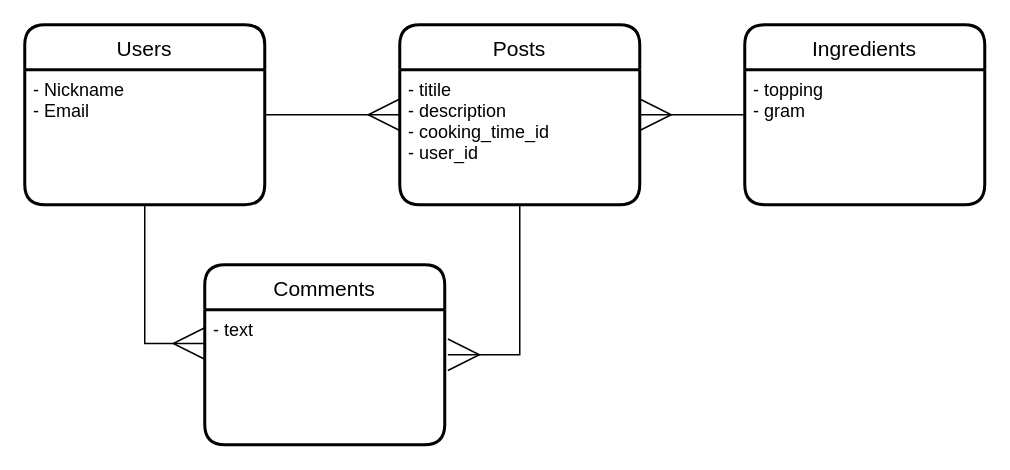
Above: ippin.dio in t-st7/ippin_app (draw.io), before the change. Source tidied: cells renumbered, new cells numbered last; positions are measured from the earlier drawing's top-left corner, leaving out a move shared by most shapes. Both pictures are drawn from the tidied source at 150%, with x=0, y=0 at pixel (24, 24).
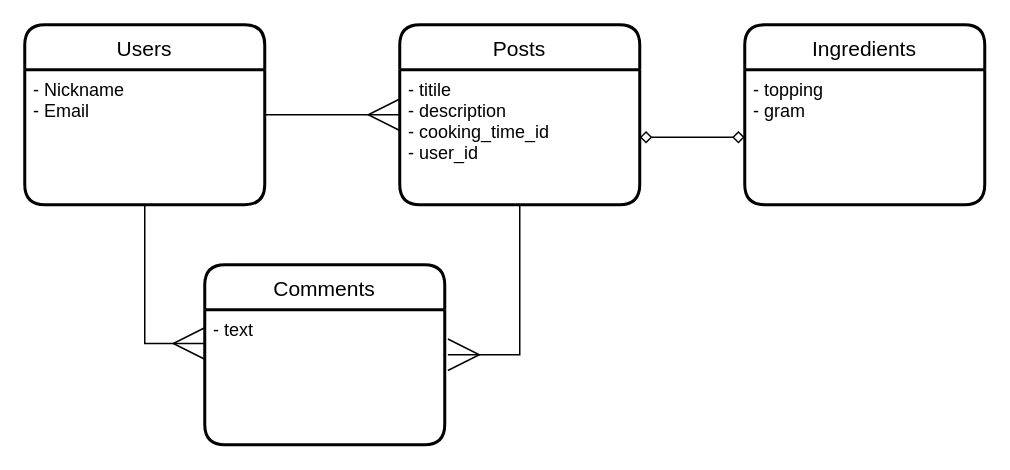
After the change.

Diff of the diagram source:
```diff
@@
 <mxGraphModel>
   <root>
     <mxCell id="0" />
     <mxCell id="1" parent="0" />
     <mxCell id="2" style="edgeStyle=orthogonalEdgeStyle;rounded=0;jettySize=auto;html=1;entryX=0;entryY=0.5;entryDx=0;entryDy=0;endArrow=ERmany;endFill=0;strokeWidth=1;endSize=19;" parent="1" edge="1" source="3" target="5">
       <mxGeometry relative="1" as="geometry" />
     </mxCell>
     <mxCell id="3" value="Users" style="swimlane;horizontal=1;startSize=30;rounded=1;fontSize=14;fontStyle=0;strokeWidth=2;shadow=0;dashed=0;align=center;" parent="1" vertex="1">
       <mxGeometry width="160" height="120" as="geometry" />
     </mxCell>
     <mxCell id="4" value="- Nickname&#10;- Email" style="align=left;strokeColor=none;fillColor=none;spacingLeft=4;fontSize=12;verticalAlign=top;" parent="3" vertex="1">
       <mxGeometry y="30" width="160" height="90" as="geometry" />
     </mxCell>
     <mxCell id="5" value="Posts" style="swimlane;horizontal=1;startSize=30;rounded=1;fontSize=14;fontStyle=0;strokeWidth=2;shadow=0;dashed=0;align=center;" parent="1" vertex="1">
       <mxGeometry x="250" width="160" height="120" as="geometry" />
     </mxCell>
     <mxCell id="6" value="- titile&#10;- description&#10;- cooking_time_id&#10;- user_id" style="align=left;strokeColor=none;fillColor=none;spacingLeft=4;fontSize=12;verticalAlign=top;" parent="5" vertex="1">
       <mxGeometry y="30" width="160" height="90" as="geometry" />
     </mxCell>
     <mxCell id="7" value="Ingredients" style="swimlane;horizontal=1;startSize=30;rounded=1;fontSize=14;fontStyle=0;strokeWidth=2;shadow=0;dashed=0;align=center;" parent="1" vertex="1">
       <mxGeometry x="480" width="160" height="120" as="geometry" />
     </mxCell>
     <mxCell id="8" value="- topping&#10;- gram" style="align=left;strokeColor=none;fillColor=none;spacingLeft=4;fontSize=12;verticalAlign=top;" parent="7" vertex="1">
       <mxGeometry y="30" width="160" height="90" as="geometry" />
     </mxCell>
     <mxCell id="9" value="Comments" style="swimlane;horizontal=1;startSize=30;rounded=1;fontSize=14;fontStyle=0;strokeWidth=2;shadow=0;dashed=0;align=center;" parent="1" vertex="1">
       <mxGeometry x="120" y="160" width="160" height="120" as="geometry" />
     </mxCell>
     <mxCell id="10" value="- text" style="align=left;strokeColor=none;fillColor=none;spacingLeft=4;fontSize=12;verticalAlign=top;" parent="9" vertex="1">
       <mxGeometry y="30" width="160" height="90" as="geometry" />
     </mxCell>
     <mxCell id="11" style="edgeStyle=orthogonalEdgeStyle;rounded=0;jettySize=auto;html=1;exitX=0.5;exitY=1;exitDx=0;exitDy=0;entryX=0;entryY=0.25;entryDx=0;entryDy=0;endArrow=ERmany;endFill=0;endSize=19;strokeWidth=1;" parent="1" edge="1" source="4" target="10">
       <mxGeometry relative="1" as="geometry" />
     </mxCell>
     <mxCell id="12" style="edgeStyle=orthogonalEdgeStyle;rounded=0;jettySize=auto;html=1;exitX=0.5;exitY=1;exitDx=0;exitDy=0;entryX=1.013;entryY=0.333;entryDx=0;entryDy=0;entryPerimeter=0;endArrow=ERmany;endFill=0;endSize=19;strokeWidth=1;" parent="1" edge="1" source="6" target="10">
       <mxGeometry relative="1" as="geometry">
         <Array as="points">
           <mxPoint x="330" y="220" />
         </Array>
       </mxGeometry>
     </mxCell>
-    <mxCell id="13" style="edgeStyle=orthogonalEdgeStyle;rounded=0;jettySize=auto;html=1;endArrow=ERmany;endFill=0;endSize=19;strokeWidth=1;" parent="1" edge="1" source="8" target="6">
+    <mxCell id="13" style="rounded=0;jettySize=auto;html=1;endArrow=diamond;endFill=0;endSize=9;strokeWidth=1;" parent="1" edge="1" source="8">
       <mxGeometry relative="1" as="geometry">
-        <Array as="points">
-          <mxPoint x="450" y="60" />
-          <mxPoint x="450" y="60" />
-        </Array>
+        <mxPoint x="480" y="75" as="targetPoint" />
       </mxGeometry>
     </mxCell>
+    <mxCell id="14" style="edgeStyle=orthogonalEdgeStyle;rounded=0;jettySize=auto;html=1;entryX=1;entryY=0.5;entryDx=0;entryDy=0;endArrow=diamond;endFill=0;endSize=6;curved=1;startArrow=diamond;startFill=0;" parent="1" edge="1" source="8" target="6">
+      <mxGeometry relative="1" as="geometry" />
+    </mxCell>
   </root>
 </mxGraphModel>
```
